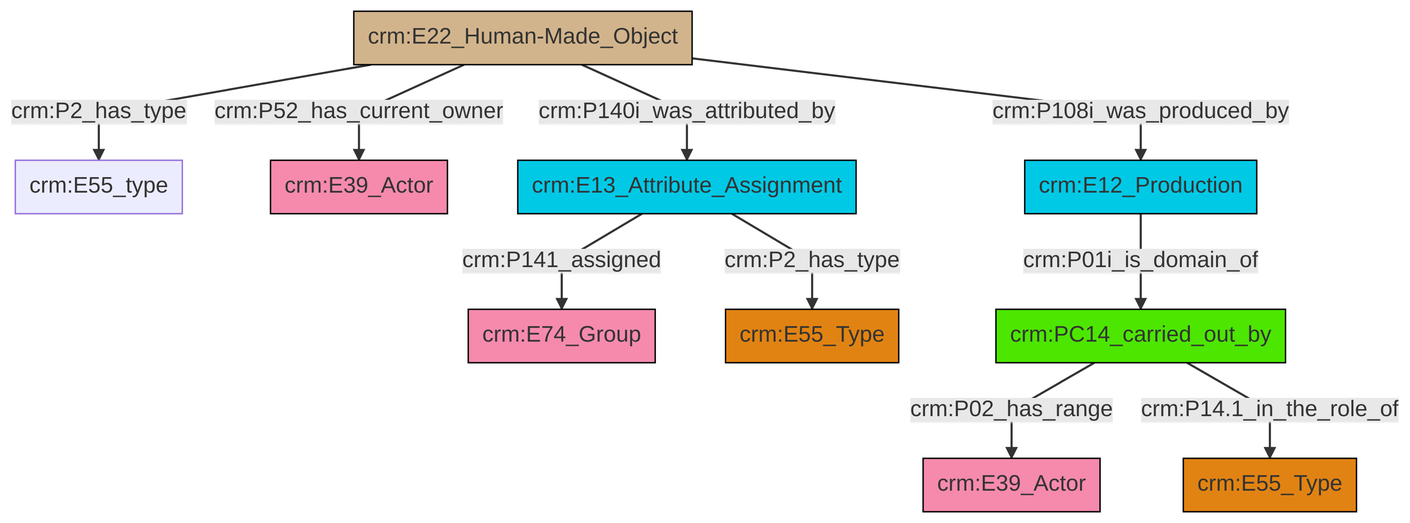
Earlier version of the Mermaid export et/builtWorkCSV/ttl/mmd/png/Built_Work_actor_relations.png (swiss-art-research-net/docs.swissartresearch). Its source is kept beside it as et/builtWorkCSV/ttl/mmd/Built_Work_actor_relations.ttl.mmd.
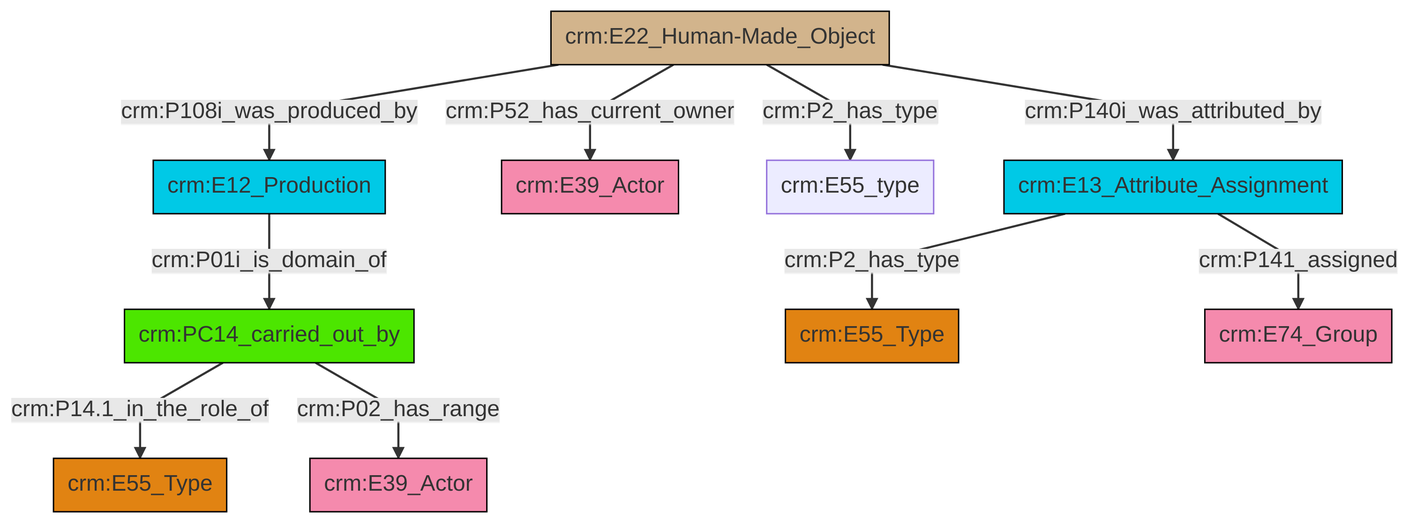
The same diagram one commit later.

Change to the diagram source:
```diff
@@ -13,12 +13,12 @@
 classDef PC_Classes fill:#4ce600, stroke:#000000;
 classDef Multi fill:#cccccc,stroke:#000000;
 
-0["crm:E22_Human-Made_Object"]:::Physical_Thing -->|crm:P2_has_type| 1["crm:E55_type"]:::Default
-2["crm:E13_Attribute_Assignment"]:::Temporal_Entity -->|crm:P141_assigned| 3["crm:E74_Group"]:::Actor
-0["crm:E22_Human-Made_Object"]:::Physical_Thing -->|crm:P52_has_current_owner| 4["crm:E39_Actor"]:::Actor
-5["crm:PC14_carried_out_by"]:::PC_Classes -->|crm:P02_has_range| 6["crm:E39_Actor"]:::Actor
-5["crm:PC14_carried_out_by"]:::PC_Classes -->|crm:P14.1_in_the_role_of| 9["crm:E55_Type"]:::Type
-14["crm:E12_Production"]:::Temporal_Entity -->|crm:P01i_is_domain_of| 5["crm:PC14_carried_out_by"]:::PC_Classes
+2["crm:E13_Attribute_Assignment"]:::Temporal_Entity -->|crm:P2_has_type| 6["crm:E55_Type"]:::Type
+0["crm:E22_Human-Made_Object"]:::Physical_Thing -->|crm:P2_has_type| 13["crm:E55_type"]:::Default
+14["crm:E12_Production"]:::Temporal_Entity -->|crm:P01i_is_domain_of| 4["crm:PC14_carried_out_by"]:::PC_Classes
+4["crm:PC14_carried_out_by"]:::PC_Classes -->|crm:P14.1_in_the_role_of| 16["crm:E55_Type"]:::Type
+2["crm:E13_Attribute_Assignment"]:::Temporal_Entity -->|crm:P141_assigned| 11["crm:E74_Group"]:::Actor
+0["crm:E22_Human-Made_Object"]:::Physical_Thing -->|crm:P108i_was_produced_by| 14["crm:E12_Production"]:::Temporal_Entity
+4["crm:PC14_carried_out_by"]:::PC_Classes -->|crm:P02_has_range| 7["crm:E39_Actor"]:::Actor
 0["crm:E22_Human-Made_Object"]:::Physical_Thing -->|crm:P140i_was_attributed_by| 2["crm:E13_Attribute_Assignment"]:::Temporal_Entity
-2["crm:E13_Attribute_Assignment"]:::Temporal_Entity -->|crm:P2_has_type| 12["crm:E55_Type"]:::Type
-0["crm:E22_Human-Made_Object"]:::Physical_Thing -->|crm:P108i_was_produced_by| 14["crm:E12_Production"]:::Temporal_Entity
+0["crm:E22_Human-Made_Object"]:::Physical_Thing -->|crm:P52_has_current_owner| 9["crm:E39_Actor"]:::Actor
```
